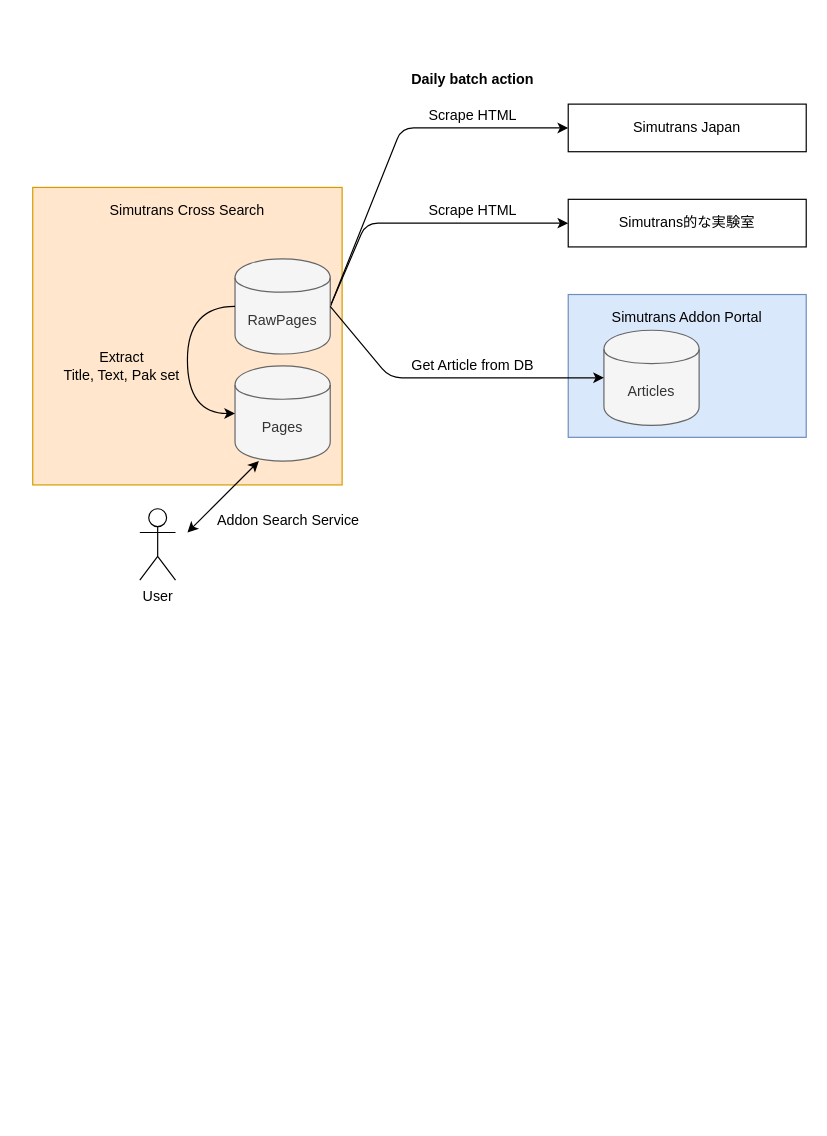
Above: docs/spec/flow.drawio in 128na/SimutransCrossSearch (draw.io), before the change. Source tidied: cells renumbered, new cells numbered last; positions are measured from the earlier drawing's top-left corner, leaving out a move shared by most shapes. Both pictures are drawn from the tidied source at 119%, with x=0, y=0 at pixel (32, 68).
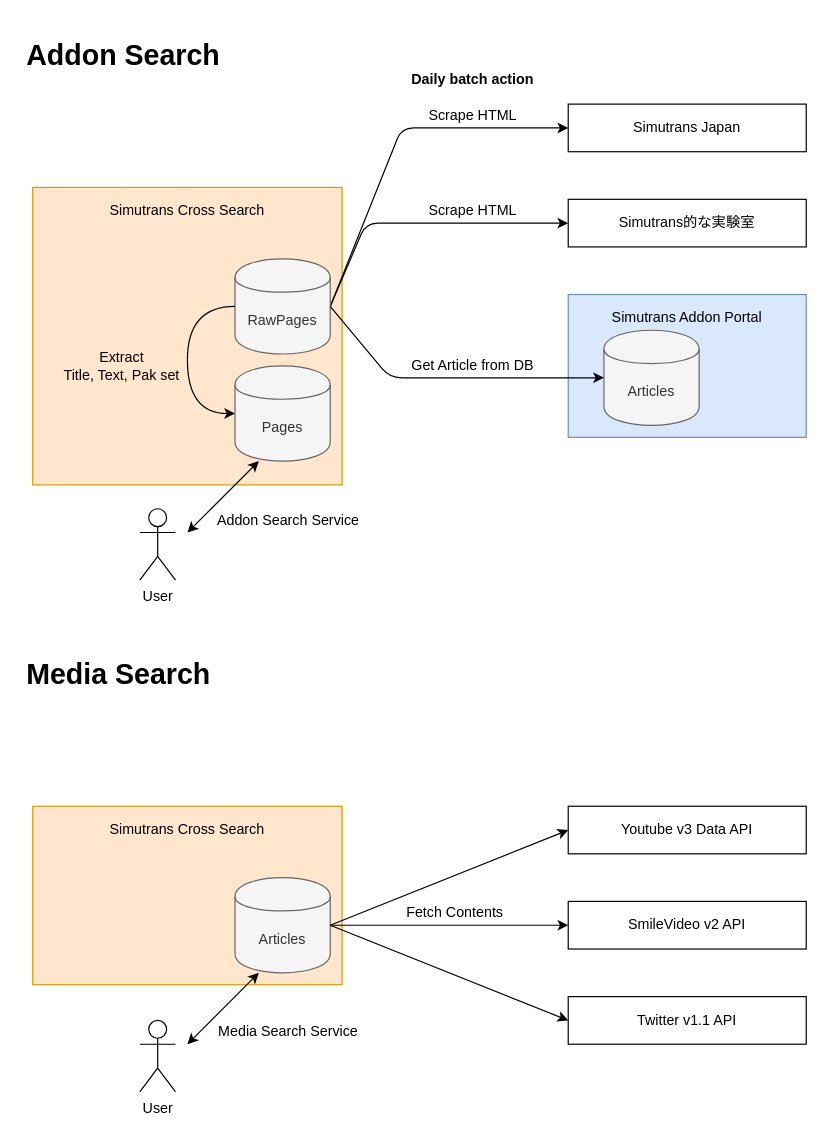
Above is the later version.

The edit, as a diff of the source:
```diff
@@
+    <mxCell id="23" value="&lt;h1&gt;Addon Search&lt;/h1&gt;" style="text;html=1;strokeColor=none;fillColor=none;spacing=5;spacingTop=-20;whiteSpace=wrap;overflow=hidden;rounded=0;" parent="1" vertex="1">
+      <mxGeometry x="-10" y="-30" width="190" height="40" as="geometry" />
+    </mxCell>
+    <mxCell id="24" style="rounded=0;whiteSpace=wrap;html=1;verticalAlign=middle;fillColor=#ffe6cc;strokeColor=#d79b00;" parent="1" vertex="1">
+      <mxGeometry y="620" width="260" height="150" as="geometry" />
+    </mxCell>
+    <mxCell id="25" value="Youtube v3 Data API" style="rounded=0;whiteSpace=wrap;html=1;" parent="1" vertex="1">
+      <mxGeometry x="450" y="620" width="200" height="40" as="geometry" />
+    </mxCell>
+    <mxCell id="26" value="SmileVideo v2 API" style="rounded=0;whiteSpace=wrap;html=1;" parent="1" vertex="1">
+      <mxGeometry x="450" y="700" width="200" height="40" as="geometry" />
+    </mxCell>
+    <mxCell id="27" value="Simutrans Cross Search" style="rounded=0;whiteSpace=wrap;html=1;verticalAlign=middle;strokeColor=none;fillColor=none;align=center;" parent="1" vertex="1">
+      <mxGeometry x="50" y="620" width="160" height="40" as="geometry" />
+    </mxCell>
+    <mxCell id="28" value="Articles" style="shape=cylinder;whiteSpace=wrap;html=1;boundedLbl=1;backgroundOutline=1;fillColor=#f5f5f5;strokeColor=#666666;fontColor=#333333;" parent="1" vertex="1">
+      <mxGeometry x="170" y="680" width="80" height="80" as="geometry" />
+    </mxCell>
+    <mxCell id="29" style="endArrow=classic;startArrow=classic;html=1;" parent="1" edge="1">
+      <mxGeometry relative="1" as="geometry">
+        <mxPoint x="130" y="820" as="sourcePoint" />
+        <mxPoint x="190" y="760" as="targetPoint" />
+      </mxGeometry>
+    </mxCell>
+    <mxCell id="30" value="Media Search Service" style="text;html=1;strokeColor=none;fillColor=none;align=center;verticalAlign=middle;whiteSpace=wrap;rounded=0;" parent="1" vertex="1">
+      <mxGeometry x="145" y="800" width="140" height="20" as="geometry" />
+    </mxCell>
+    <mxCell id="31" value="User" style="shape=umlActor;verticalLabelPosition=bottom;labelBackgroundColor=#ffffff;verticalAlign=top;html=1;fillColor=none;align=center;" parent="1" vertex="1">
+      <mxGeometry x="90" y="800" width="30" height="60" as="geometry" />
+    </mxCell>
+    <mxCell id="32" value="&lt;h1&gt;Media Search&lt;/h1&gt;" style="text;html=1;strokeColor=none;fillColor=none;spacing=5;spacingTop=-20;whiteSpace=wrap;overflow=hidden;rounded=0;" parent="1" vertex="1">
+      <mxGeometry x="-10" y="490" width="190" height="40" as="geometry" />
+    </mxCell>
+    <mxCell id="33" value="Twitter v1.1 API" style="rounded=0;whiteSpace=wrap;html=1;" parent="1" vertex="1">
+      <mxGeometry x="450" y="780" width="200" height="40" as="geometry" />
+    </mxCell>
+    <mxCell id="34" style="endArrow=classic;html=1;exitX=1;exitY=0.5;exitDx=0;exitDy=0;entryX=0;entryY=0.5;entryDx=0;entryDy=0;" parent="1" edge="1" source="28" target="33">
+      <mxGeometry relative="1" as="geometry" />
+    </mxCell>
+    <mxCell id="35" style="endArrow=classic;html=1;exitX=1;exitY=0.5;exitDx=0;exitDy=0;entryX=0;entryY=0.5;entryDx=0;entryDy=0;" parent="1" edge="1" source="28" target="25">
+      <mxGeometry relative="1" as="geometry" />
+    </mxCell>
+    <mxCell id="36" style="endArrow=classic;html=1;exitX=1;exitY=0.5;exitDx=0;exitDy=0;entryX=0;entryY=0.5;entryDx=0;entryDy=0;" parent="1" edge="1" source="28" target="26">
+      <mxGeometry relative="1" as="geometry" />
+    </mxCell>
+    <mxCell id="37" value="Fetch Contents" style="text;html=1;strokeColor=none;fillColor=none;align=center;verticalAlign=middle;whiteSpace=wrap;rounded=0;" parent="1" vertex="1">
+      <mxGeometry x="270" y="700" width="170" height="20" as="geometry" />
+    </mxCell>
```
